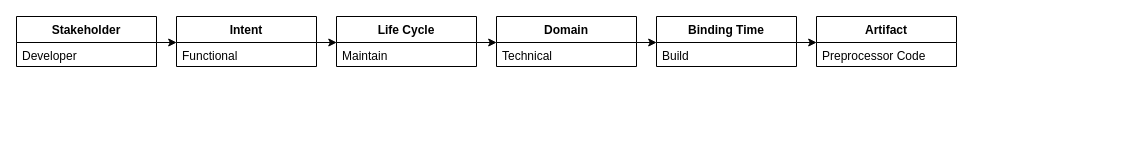
This is images/lalks_icse10.drawio from AI-4-SE/Dimensions-of-Software-Configuration, a draw.io file, before an edit. Source tidied: cells renumbered, new cells numbered last; positions are measured from the earlier drawing's top-left corner, leaving out a move shared by most shapes. Both pictures are drawn from the tidied source at 100%, with x=0, y=0 at pixel (16, 16).
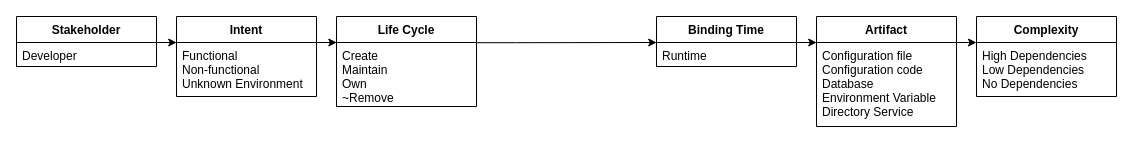
The same diagram, later.

The change refers to these unchanged cells:
```xml
<mxCell id="11" value="Binding Time" style="swimlane;fontStyle=1;horizontal=1;startSize=26;fillColor=none;" parent="1" vertex="1">
  <mxGeometry x="640" width="140" height="50" as="geometry" />
</mxCell>
```

What changed in the source:
```diff
@@
     <mxCell id="5" value="Intent" style="swimlane;fontStyle=1;horizontal=1;startSize=26;fillColor=none;" parent="1" vertex="1">
-      <mxGeometry x="160" width="140" height="50" as="geometry" />
+      <mxGeometry x="160" width="140" height="80" as="geometry" />
     </mxCell>
-    <mxCell id="6" value="Functional" style="text;strokeColor=none;fillColor=none;align=left;verticalAlign=top;spacingLeft=4;spacingRight=4;overflow=hidden;" parent="5" vertex="1">
-      <mxGeometry y="26" width="140" height="24" as="geometry" />
+    <mxCell id="6" value="Functional&#10;Non-functional&#10;Unknown Environment" style="text;strokeColor=none;fillColor=none;align=left;verticalAlign=top;spacingLeft=4;spacingRight=4;overflow=hidden;" parent="5" vertex="1">
+      <mxGeometry y="26" width="140" height="54" as="geometry" />
     </mxCell>
-    <mxCell id="7" style="edgeStyle=orthogonalEdgeStyle;rounded=0;orthogonalLoop=1;jettySize=auto;html=1;entryX=0;entryY=0.5;entryDx=0;entryDy=0;" parent="1" edge="1">
-      <mxGeometry relative="1" as="geometry">
-        <mxPoint x="460" y="26" as="sourcePoint" />
-        <mxPoint x="480.2" y="26" as="targetPoint" />
-      </mxGeometry>
-    </mxCell>
-    <mxCell id="8" value="Domain" style="swimlane;fontStyle=1;horizontal=1;startSize=26;fillColor=none;" parent="1" vertex="1">
-      <mxGeometry x="480" width="140" height="50" as="geometry" />
-    </mxCell>
-    <mxCell id="9" value="Technical" style="text;strokeColor=none;fillColor=none;align=left;verticalAlign=top;spacingLeft=4;spacingRight=4;overflow=hidden;" parent="8" vertex="1">
-      <mxGeometry y="26" width="140" height="24" as="geometry" />
-    </mxCell>
-    <mxCell id="10" style="edgeStyle=orthogonalEdgeStyle;rounded=0;orthogonalLoop=1;jettySize=auto;html=1;entryX=0;entryY=0.5;entryDx=0;entryDy=0;" parent="1" edge="1">
+    <mxCell id="10" style="edgeStyle=orthogonalEdgeStyle;rounded=0;jettySize=auto;html=1;entryX=0;entryY=0.5;entryDx=0;entryDy=0;exitX=1.003;exitY=0.003;exitDx=0;exitDy=0;exitPerimeter=0;" parent="1" edge="1" source="18">
       <mxGeometry relative="1" as="geometry">
-        <mxPoint x="620" y="26" as="sourcePoint" />
         <mxPoint x="640.2" y="26" as="targetPoint" />
+        <Array as="points">
+          <mxPoint x="500" y="26" />
+          <mxPoint x="500" y="26" />
+        </Array>
       </mxGeometry>
     </mxCell>
@@
-    <mxCell id="12" value="Build" style="text;strokeColor=none;fillColor=none;align=left;verticalAlign=top;spacingLeft=4;spacingRight=4;overflow=hidden;" parent="11" vertex="1">
+    <mxCell id="12" value="Runtime" style="text;strokeColor=none;fillColor=none;align=left;verticalAlign=top;spacingLeft=4;spacingRight=4;overflow=hidden;" parent="11" vertex="1">
       <mxGeometry y="26" width="140" height="24" as="geometry" />
     </mxCell>
@@
     <mxCell id="14" value="Artifact" style="swimlane;fontStyle=1;horizontal=1;startSize=26;fillColor=none;" parent="1" vertex="1">
-      <mxGeometry x="800" width="140" height="50" as="geometry" />
+      <mxGeometry x="800" width="140" height="110" as="geometry" />
     </mxCell>
-    <mxCell id="15" value="Preprocessor Code" style="text;strokeColor=none;fillColor=none;align=left;verticalAlign=top;spacingLeft=4;spacingRight=4;overflow=hidden;" parent="14" vertex="1">
-      <mxGeometry y="26" width="140" height="24" as="geometry" />
+    <mxCell id="15" value="Configuration file&#10;Configuration code&#10;Database&#10;Environment Variable&#10;Directory Service" style="text;strokeColor=none;fillColor=none;align=left;verticalAlign=top;spacingLeft=4;spacingRight=4;overflow=hidden;" parent="14" vertex="1">
+      <mxGeometry y="26" width="140" height="84" as="geometry" />
     </mxCell>
@@
     <mxCell id="17" value="Life Cycle" style="swimlane;fontStyle=1;horizontal=1;startSize=26;fillColor=none;" parent="1" vertex="1">
-      <mxGeometry x="320" width="140" height="50" as="geometry" />
+      <mxGeometry x="320" width="140" height="90" as="geometry" />
     </mxCell>
-    <mxCell id="18" value="Maintain" style="text;strokeColor=none;fillColor=none;align=left;verticalAlign=top;spacingLeft=4;spacingRight=4;overflow=hidden;points=[[0,0.5],[1,0.5]];portConstraint=eastwest;" parent="17" vertex="1">
-      <mxGeometry y="26" width="140" height="24" as="geometry" />
+    <mxCell id="18" value="Create&#10;Maintain&#10;Own&#10;~Remove" style="text;strokeColor=none;fillColor=none;align=left;verticalAlign=top;spacingLeft=4;spacingRight=4;overflow=hidden;points=[[0,0.5],[1,0.5]];portConstraint=eastwest;" parent="17" vertex="1">
+      <mxGeometry y="26" width="140" height="64" as="geometry" />
     </mxCell>
+    <mxCell id="19" style="edgeStyle=orthogonalEdgeStyle;rounded=0;orthogonalLoop=1;jettySize=auto;html=1;entryX=0;entryY=0.5;entryDx=0;entryDy=0;" parent="1" edge="1">
+      <mxGeometry relative="1" as="geometry">
+        <mxPoint x="940" y="26" as="sourcePoint" />
+        <mxPoint x="960" y="26" as="targetPoint" />
+      </mxGeometry>
+    </mxCell>
+    <mxCell id="20" value="Complexity" style="swimlane;fontStyle=1;horizontal=1;startSize=26;fillColor=none;" parent="1" vertex="1">
+      <mxGeometry x="960" width="140" height="80" as="geometry" />
+    </mxCell>
+    <mxCell id="21" value="High Dependencies&#10;Low Dependencies&#10;No Dependencies" style="text;strokeColor=none;fillColor=none;align=left;verticalAlign=top;spacingLeft=4;spacingRight=4;overflow=hidden;" parent="20" vertex="1">
+      <mxGeometry y="26" width="140" height="54" as="geometry" />
+    </mxCell>
```
